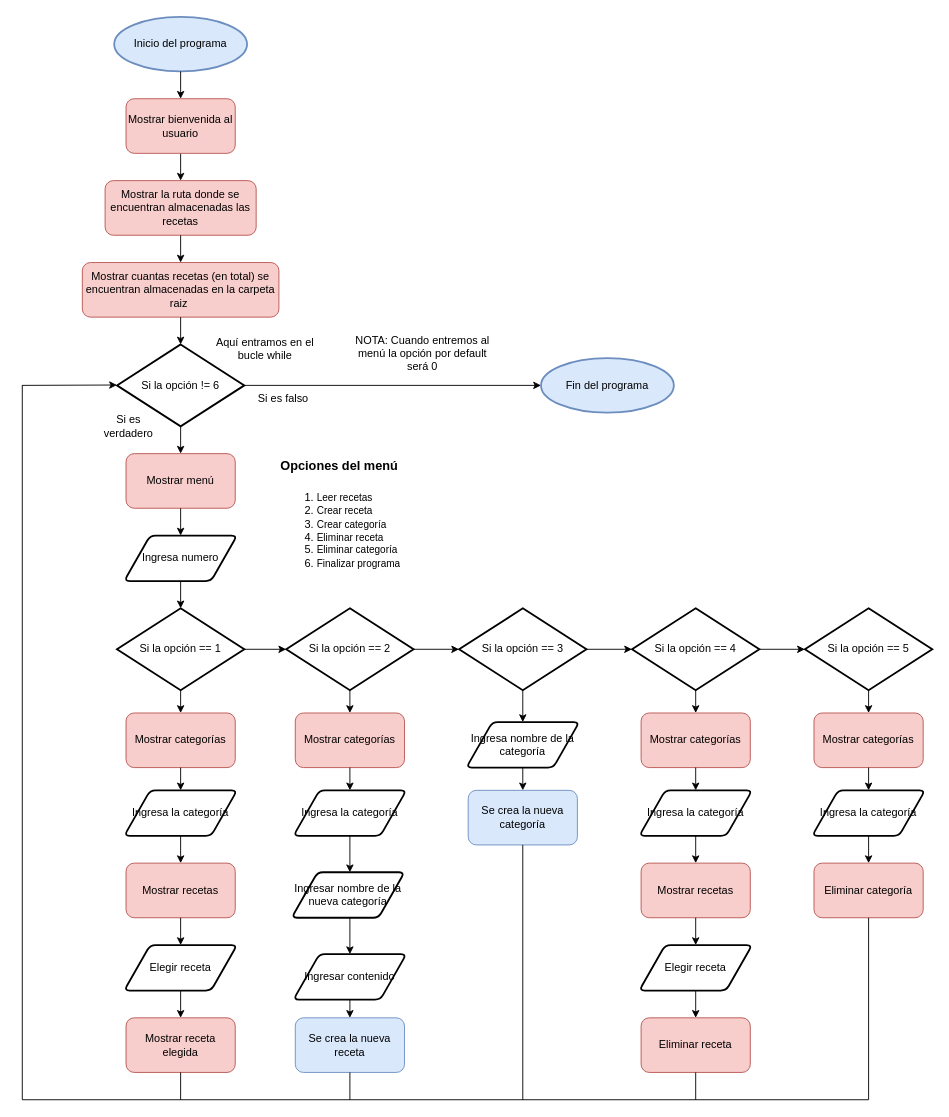
The draw.io diagram Diagrama_de_flujo.drawio in AntonioCantuMtz/Administrador_de_recetas, before the edit. Source tidied: cells renumbered, new cells numbered last; positions are measured from the earlier drawing's top-left corner, leaving out a move shared by most shapes. Both pictures are drawn from the tidied source at 91%, with x=0, y=0 at pixel (22, 16).
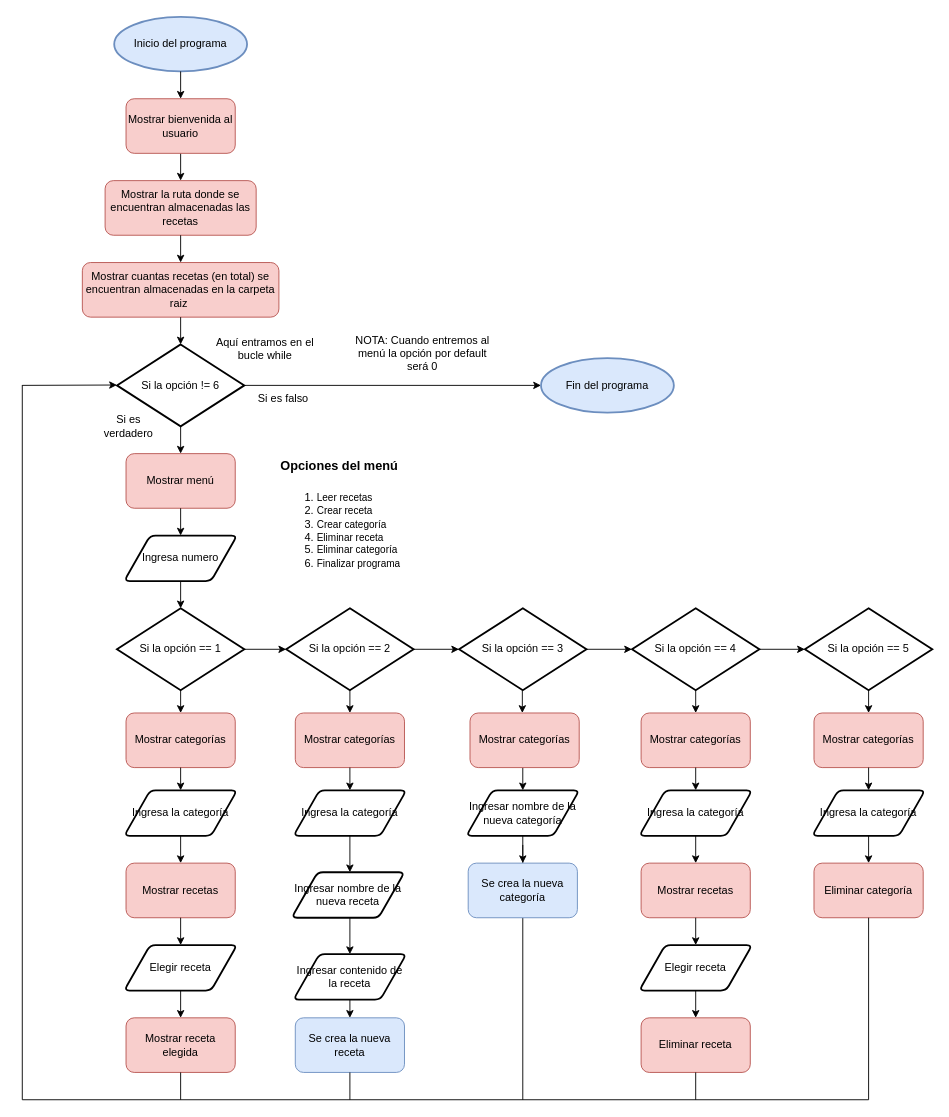
The same page after the edit.

Commit message:
Se corrigieron algunos errores en el diagrama de flujo

Diff of the diagram source:
```diff
@@
-    <mxCell id="44" value="&lt;font&gt;Ingresar nombre de la nueva categoría&lt;/font&gt;" style="shape=parallelogram;html=1;strokeWidth=2;perimeter=parallelogramPerimeter;whiteSpace=wrap;rounded=1;arcSize=12;size=0.23;align=center;" parent="1" vertex="1">
+    <mxCell id="44" value="&lt;font&gt;Ingresar nombre de la nueva receta&lt;/font&gt;" style="shape=parallelogram;html=1;strokeWidth=2;perimeter=parallelogramPerimeter;whiteSpace=wrap;rounded=1;arcSize=12;size=0.23;align=center;" parent="1" vertex="1">
       <mxGeometry x="296" y="940" width="124" height="50" as="geometry" />
     </mxCell>
@@
-    <mxCell id="46" value="Ingresar contenido" style="shape=parallelogram;html=1;strokeWidth=2;perimeter=parallelogramPerimeter;whiteSpace=wrap;rounded=1;arcSize=12;size=0.23;align=center;" parent="1" vertex="1">
+    <mxCell id="46" value="Ingresar contenido de la receta" style="shape=parallelogram;html=1;strokeWidth=2;perimeter=parallelogramPerimeter;whiteSpace=wrap;rounded=1;arcSize=12;size=0.23;align=center;" parent="1" vertex="1">
       <mxGeometry x="298" y="1030" width="124" height="50" as="geometry" />
     </mxCell>
@@
-    <mxCell id="48" value="Ingresa nombre de la categoría" style="shape=parallelogram;html=1;strokeWidth=2;perimeter=parallelogramPerimeter;whiteSpace=wrap;rounded=1;arcSize=12;size=0.23;align=center;" parent="1" vertex="1">
-      <mxGeometry x="488" y="775" width="124" height="50" as="geometry" />
-    </mxCell>
-    <mxCell id="49" style="endArrow=classic;html=1;rounded=0;entryX=0.5;entryY=0;entryDx=0;entryDy=0;" parent="1" edge="1" target="48">
-      <mxGeometry relative="1" as="geometry">
-        <mxPoint x="550" y="740" as="sourcePoint" />
-      </mxGeometry>
-    </mxCell>
-    <mxCell id="50" value="Se crea la nueva categoría" style="rounded=1;whiteSpace=wrap;html=1;fillColor=#dae8fc;strokeColor=#6c8ebf;" parent="1" vertex="1">
-      <mxGeometry x="490" y="850" width="120" height="60" as="geometry" />
-    </mxCell>
-    <mxCell id="51" style="endArrow=classic;html=1;rounded=0;" parent="1" edge="1" target="50">
-      <mxGeometry relative="1" as="geometry">
-        <mxPoint x="550" y="825" as="sourcePoint" />
-      </mxGeometry>
+    <mxCell id="51" style="endArrow=classic;html=1;rounded=0;" parent="1" edge="1" source="48" target="50">
+      <mxGeometry relative="1" as="geometry" />
     </mxCell>
-    <mxCell id="52" style="endArrow=none;html=1;rounded=0;" parent="1" edge="1">
+    <mxCell id="52" style="endArrow=none;html=1;rounded=0;" parent="1" edge="1" source="50">
       <mxGeometry relative="1" as="geometry">
-        <mxPoint x="550" y="1190" as="sourcePoint" />
         <mxPoint x="550" y="910" as="targetPoint" />
       </mxGeometry>
     </mxCell>
@@
+    <mxCell id="81" style="endArrow=none;html=1;rounded=0;" parent="1" edge="1" target="50">
+      <mxGeometry relative="1" as="geometry">
+        <mxPoint x="550" y="1190" as="sourcePoint" />
+      </mxGeometry>
+    </mxCell>
+    <mxCell id="50" value="Se crea la nueva categoría" style="rounded=1;whiteSpace=wrap;html=1;fillColor=#dae8fc;strokeColor=#6c8ebf;" parent="1" vertex="1">
+      <mxGeometry x="490" y="930" width="120" height="60" as="geometry" />
+    </mxCell>
+    <mxCell id="82" style="endArrow=classic;html=1;rounded=0;" parent="1" edge="1" target="48">
+      <mxGeometry relative="1" as="geometry">
+        <mxPoint x="550" y="825" as="sourcePoint" />
+      </mxGeometry>
+    </mxCell>
+    <mxCell id="48" value="Ingresar nombre de la nueva categoría" style="shape=parallelogram;html=1;strokeWidth=2;perimeter=parallelogramPerimeter;whiteSpace=wrap;rounded=1;arcSize=12;size=0.23;align=center;" parent="1" vertex="1">
+      <mxGeometry x="488" y="850" width="124" height="50" as="geometry" />
+    </mxCell>
+    <mxCell id="83" value="Mostrar categorías" style="rounded=1;whiteSpace=wrap;html=1;fillColor=#f8cecc;strokeColor=#b85450;" parent="1" vertex="1">
+      <mxGeometry x="492" y="765" width="120" height="60" as="geometry" />
+    </mxCell>
+    <mxCell id="84" style="endArrow=classic;html=1;rounded=0;entryX=0.5;entryY=0;entryDx=0;entryDy=0;" parent="1" edge="1">
+      <mxGeometry relative="1" as="geometry">
+        <mxPoint x="549.5" y="740" as="sourcePoint" />
+        <mxPoint x="549.5" y="765" as="targetPoint" />
+      </mxGeometry>
+    </mxCell>
```
